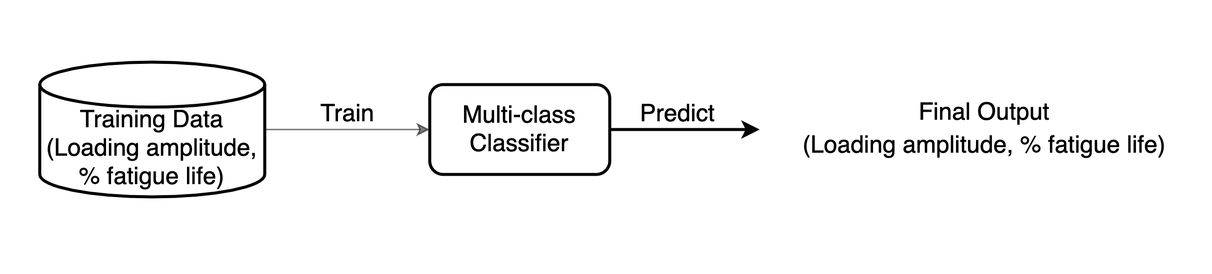
Before: fig/multi-class_classifier.png, a diagram exported from draw.io (mhhsu2/min-ms-thesis). Source tidied: cells renumbered, new cells last; positions are measured from the earlier drawing's top-left corner, leaving out a move shared by most shapes. The source it was exported from:
```xml
<mxGraphModel>
  <root>
    <mxCell id="0" />
    <mxCell id="1" parent="0" />
    <mxCell id="2" style="whiteSpace=wrap;html=1;rounded=0;dashed=1;fontSize=18;strokeWidth=2;fillColor=none;strokeColor=none;" parent="1" vertex="1">
      <mxGeometry width="785" height="180" as="geometry" />
    </mxCell>
    <mxCell id="3" style="edgeStyle=orthogonalEdgeStyle;rounded=0;jettySize=auto;html=1;opacity=50;" parent="1" edge="1" source="4" target="6">
      <mxGeometry relative="1" as="geometry" />
    </mxCell>
    <mxCell id="4" value="&lt;font style=&quot;font-size: 16px&quot;&gt;Training Data&lt;br&gt;&lt;span&gt;(Loading amplitude, % fatigue life)&lt;/span&gt;&lt;br&gt;&lt;/font&gt;" style="shape=cylinder3;whiteSpace=wrap;html=1;boundedLbl=1;backgroundOutline=1;size=15;strokeWidth=2;" parent="1" vertex="1">
      <mxGeometry x="25" y="40" width="150" height="90" as="geometry" />
    </mxCell>
    <mxCell id="5" style="edgeStyle=orthogonalEdgeStyle;rounded=0;jettySize=auto;html=1;entryX=0;entryY=0.5;entryDx=0;entryDy=0;strokeWidth=2;" parent="1" edge="1" source="6" target="9">
      <mxGeometry relative="1" as="geometry" />
    </mxCell>
    <mxCell id="6" value="&lt;font style=&quot;font-size: 16px&quot;&gt;Multi-class&lt;br&gt;Classifier&lt;/font&gt;" style="whiteSpace=wrap;html=1;rounded=1;strokeWidth=2;" parent="1" vertex="1">
      <mxGeometry x="285" y="55" width="120" height="60" as="geometry" />
    </mxCell>
    <mxCell id="7" value="Train" style="text;html=1;align=center;verticalAlign=middle;strokeColor=none;fontSize=16;" parent="1" vertex="1">
      <mxGeometry x="205" y="65" width="50" height="20" as="geometry" />
    </mxCell>
    <mxCell id="8" value="Predict" style="text;html=1;align=center;verticalAlign=middle;strokeColor=none;fontSize=16;" parent="1" vertex="1">
      <mxGeometry x="415" y="65" width="70" height="20" as="geometry" />
    </mxCell>
    <mxCell id="9" value="&lt;span style=&quot;font-size: 16px&quot;&gt;Final Output&lt;/span&gt;&lt;br style=&quot;font-size: 16px&quot;&gt;&lt;span style=&quot;font-size: 16px&quot;&gt;(Loading amplitude, % fatigue life)&lt;/span&gt;" style="whiteSpace=wrap;html=1;rounded=1;strokeWidth=2;opacity=0;" parent="1" vertex="1">
      <mxGeometry x="505" y="55" width="300" height="60" as="geometry" />
    </mxCell>
  </root>
</mxGraphModel>
```
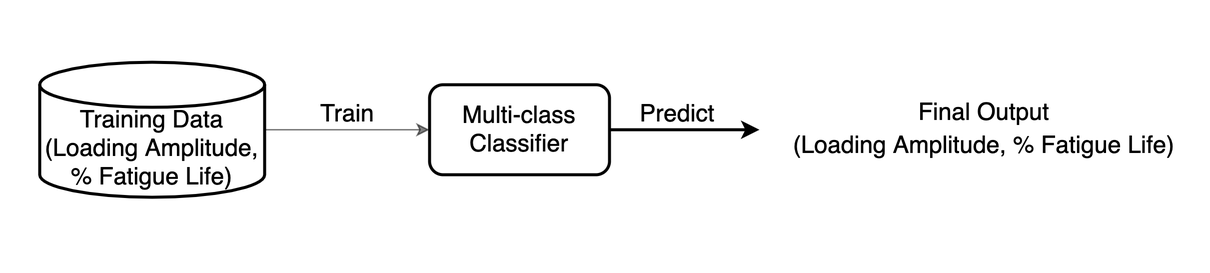
The same diagram one commit later.

The edit, as a diff of the source:
```diff
@@ -8,7 +8,7 @@
     <mxCell id="3" style="edgeStyle=orthogonalEdgeStyle;rounded=0;jettySize=auto;html=1;opacity=50;" parent="1" edge="1" source="4" target="6">
       <mxGeometry relative="1" as="geometry" />
     </mxCell>
-    <mxCell id="4" value="&lt;font style=&quot;font-size: 16px&quot;&gt;Training Data&lt;br&gt;&lt;span&gt;(Loading amplitude, % fatigue life)&lt;/span&gt;&lt;br&gt;&lt;/font&gt;" style="shape=cylinder3;whiteSpace=wrap;html=1;boundedLbl=1;backgroundOutline=1;size=15;strokeWidth=2;" parent="1" vertex="1">
+    <mxCell id="4" value="&lt;font style=&quot;font-size: 16px&quot;&gt;Training Data&lt;br&gt;&lt;span&gt;(Loading Amplitude, % Fatigue Life)&lt;/span&gt;&lt;br&gt;&lt;/font&gt;" style="shape=cylinder3;whiteSpace=wrap;html=1;boundedLbl=1;backgroundOutline=1;size=15;strokeWidth=2;" parent="1" vertex="1">
       <mxGeometry x="25" y="40" width="150" height="90" as="geometry" />
     </mxCell>
     <mxCell id="5" style="edgeStyle=orthogonalEdgeStyle;rounded=0;jettySize=auto;html=1;entryX=0;entryY=0.5;entryDx=0;entryDy=0;strokeWidth=2;" parent="1" edge="1" source="6" target="9">
@@ -23,7 +23,7 @@
     <mxCell id="8" value="Predict" style="text;html=1;align=center;verticalAlign=middle;strokeColor=none;fontSize=16;" parent="1" vertex="1">
       <mxGeometry x="415" y="65" width="70" height="20" as="geometry" />
     </mxCell>
-    <mxCell id="9" value="&lt;span style=&quot;font-size: 16px&quot;&gt;Final Output&lt;/span&gt;&lt;br style=&quot;font-size: 16px&quot;&gt;&lt;span style=&quot;font-size: 16px&quot;&gt;(Loading amplitude, % fatigue life)&lt;/span&gt;" style="whiteSpace=wrap;html=1;rounded=1;strokeWidth=2;opacity=0;" parent="1" vertex="1">
+    <mxCell id="9" value="&lt;span style=&quot;font-size: 16px&quot;&gt;Final Output&lt;/span&gt;&lt;br style=&quot;font-size: 16px&quot;&gt;&lt;span style=&quot;font-size: 16px&quot;&gt;(Loading Amplitude, % Fatigue Life)&lt;/span&gt;" style="whiteSpace=wrap;html=1;rounded=1;strokeWidth=2;opacity=0;" parent="1" vertex="1">
       <mxGeometry x="505" y="55" width="300" height="60" as="geometry" />
     </mxCell>
   </root>
```
